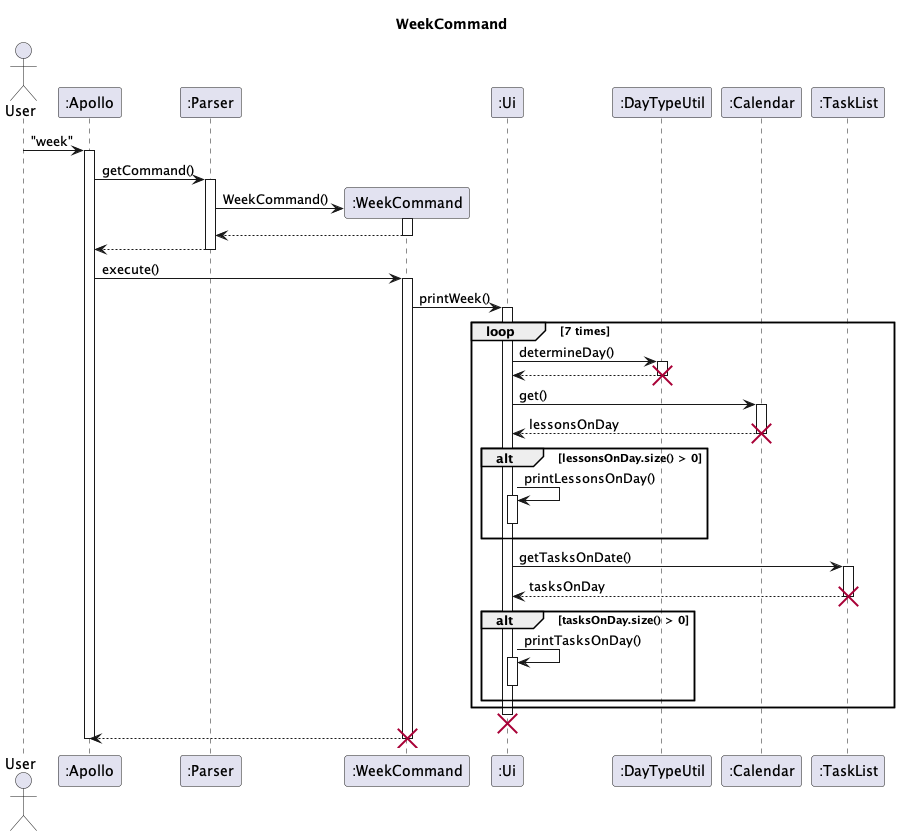
The PlantUML diagram docs/uml-diagrams/Week-WeekCommand.png in nus-cs2113-AY2223S2/tp, before a commit.
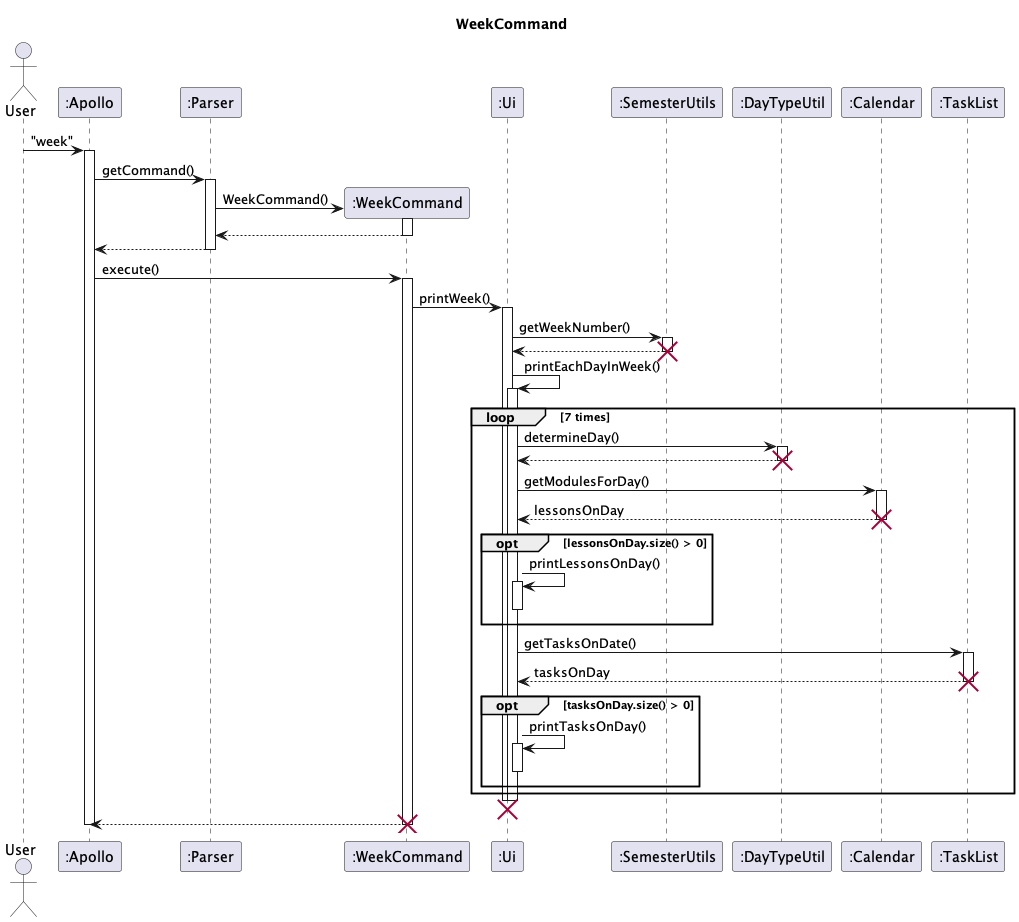
Above is the later version.

Commit message:
Update DG to reflect changes in Week

Change to the diagram source:
```diff
@@ -7,6 +7,7 @@
 participant ":Parser" as Parser
 participant ":WeekCommand" as week
 participant ":Ui" as Ui
+participant ":SemesterUtils" as SemUtils
 participant ":DayTypeUtil" as DayTypeUtil
 participant ":Calendar" as Calendar
 participant ":TaskList" as TaskList
@@ -26,6 +27,10 @@
 
 week -> Ui : printWeek()
 activate Ui
+Ui -> SemUtils++ : getWeekNumber()
+return
+destroy SemUtils
+Ui -> Ui++ : printEachDayInWeek()
 
 loop 7 times
     Ui -> DayTypeUtil : determineDay()
@@ -33,13 +38,12 @@
     return
     destroy DayTypeUtil
 
-    Ui -> Calendar : get()
+    Ui -> Calendar : getModulesForDay()
     activate Calendar
     Calendar --> Ui : lessonsOnDay
     destroy Calendar
-    alt lessonsOnDay.size() > 0
-    Ui -> Ui : printLessonsOnDay()
-    activate Ui
+    opt lessonsOnDay.size() > 0
+    Ui -> Ui++ : printLessonsOnDay()
     deactivate Ui
     end
 
@@ -47,16 +51,15 @@
     activate TaskList
     TaskList --> Ui : tasksOnDay
     destroy TaskList
-    alt tasksOnDay.size() > 0
-    Ui -> Ui : printTasksOnDay()
-    activate Ui
+    opt tasksOnDay.size() > 0
+    Ui -> Ui++ : printTasksOnDay()
     deactivate Ui
     end
 end
+Ui--
 destroy Ui
 week --> Apollo
 destroy week
 Apollo--
 
-
 @enduml
```
